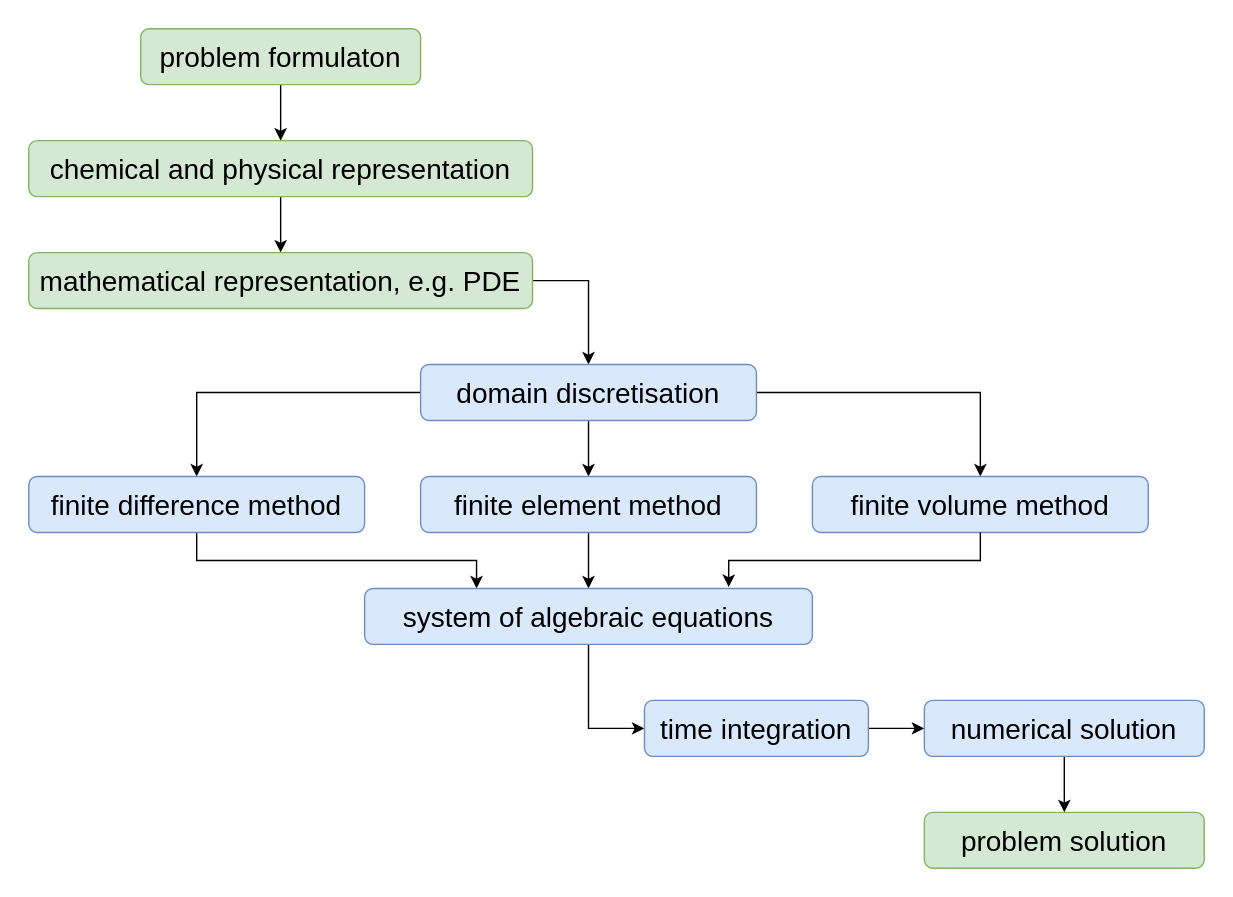
Earlier version of the draw.io export book/content/modelling/02_fluids/figs/numerical_solution_overview.svg (FireDynamics/LectureFireSimulation). Source tidied: cells renumbered, new cells last; positions are measured from the earlier drawing's top-left corner, leaving out a move shared by most shapes. The source it was exported from:
```xml
<mxGraphModel>
  <root>
    <mxCell id="0" />
    <mxCell id="1" parent="0" />
    <mxCell id="2" style="edgeStyle=orthogonalEdgeStyle;rounded=0;jettySize=auto;html=1;fillColor=#d5e8d4;fontSize=20;" parent="1" edge="1" source="3" target="5">
      <mxGeometry relative="1" as="geometry" />
    </mxCell>
    <mxCell id="3" value="problem formulaton" style="rounded=1;whiteSpace=wrap;html=1;fillColor=#d5e8d4;strokeColor=#82b366;fontSize=20;" parent="1" vertex="1">
      <mxGeometry x="80" width="200" height="40" as="geometry" />
    </mxCell>
    <mxCell id="4" style="edgeStyle=orthogonalEdgeStyle;rounded=0;jettySize=auto;html=1;fillColor=#d5e8d4;fontSize=20;" parent="1" edge="1" source="5" target="7">
      <mxGeometry relative="1" as="geometry" />
    </mxCell>
    <mxCell id="5" value="chemical and physical representation" style="rounded=1;whiteSpace=wrap;html=1;fillColor=#d5e8d4;strokeColor=#82b366;fontSize=20;" parent="1" vertex="1">
      <mxGeometry y="80" width="360" height="40" as="geometry" />
    </mxCell>
    <mxCell id="6" style="edgeStyle=orthogonalEdgeStyle;rounded=0;jettySize=auto;html=1;fontSize=20;exitX=1;exitY=0.5;exitDx=0;exitDy=0;" parent="1" edge="1" source="7" target="11">
      <mxGeometry relative="1" as="geometry" />
    </mxCell>
    <mxCell id="7" value="mathematical representation, e.g. PDE" style="rounded=1;whiteSpace=wrap;html=1;fillColor=#d5e8d4;strokeColor=#82b366;fontSize=20;" parent="1" vertex="1">
      <mxGeometry y="160" width="360" height="40" as="geometry" />
    </mxCell>
    <mxCell id="8" style="edgeStyle=orthogonalEdgeStyle;rounded=0;jettySize=auto;html=1;entryX=0.5;entryY=0;entryDx=0;entryDy=0;fillColor=#dae8fc;fontSize=20;" parent="1" edge="1" source="11" target="13">
      <mxGeometry relative="1" as="geometry" />
    </mxCell>
    <mxCell id="9" style="edgeStyle=orthogonalEdgeStyle;rounded=0;jettySize=auto;html=1;entryX=0.5;entryY=0;entryDx=0;entryDy=0;fillColor=#dae8fc;fontSize=20;" parent="1" edge="1" source="11" target="23">
      <mxGeometry relative="1" as="geometry" />
    </mxCell>
    <mxCell id="10" style="edgeStyle=orthogonalEdgeStyle;rounded=0;jettySize=auto;html=1;entryX=0.5;entryY=0;entryDx=0;entryDy=0;strokeColor=#000000;fontSize=20;" parent="1" edge="1" source="11" target="14">
      <mxGeometry relative="1" as="geometry" />
    </mxCell>
    <mxCell id="11" value="domain discretisation" style="rounded=1;whiteSpace=wrap;html=1;fillColor=#dae8fc;strokeColor=#6c8ebf;fontSize=20;" parent="1" vertex="1">
      <mxGeometry x="280" y="240" width="240" height="40" as="geometry" />
    </mxCell>
    <mxCell id="12" style="edgeStyle=orthogonalEdgeStyle;rounded=0;jettySize=auto;html=1;exitX=0.5;exitY=1;exitDx=0;exitDy=0;entryX=0.25;entryY=0;entryDx=0;entryDy=0;fillColor=#dae8fc;fontSize=20;" parent="1" edge="1" source="13" target="17">
      <mxGeometry relative="1" as="geometry" />
    </mxCell>
    <mxCell id="13" value="finite difference method" style="rounded=1;whiteSpace=wrap;html=1;fillColor=#dae8fc;strokeColor=#6c8ebf;fontSize=20;" parent="1" vertex="1">
      <mxGeometry y="320" width="240" height="40" as="geometry" />
    </mxCell>
    <mxCell id="14" value="finite volume method" style="rounded=1;whiteSpace=wrap;html=1;fillColor=#dae8fc;strokeColor=#6c8ebf;fontSize=20;" parent="1" vertex="1">
      <mxGeometry x="560" y="320" width="240" height="40" as="geometry" />
    </mxCell>
    <mxCell id="15" style="edgeStyle=orthogonalEdgeStyle;rounded=0;jettySize=auto;html=1;entryX=0.5;entryY=0;entryDx=0;entryDy=0;fillColor=#dae8fc;fontSize=20;" parent="1" edge="1" source="23" target="17">
      <mxGeometry relative="1" as="geometry" />
    </mxCell>
    <mxCell id="16" style="edgeStyle=orthogonalEdgeStyle;rounded=0;jettySize=auto;html=1;entryX=0;entryY=0.5;entryDx=0;entryDy=0;fillColor=#dae8fc;fontSize=20;" parent="1" edge="1" source="17" target="19">
      <mxGeometry relative="1" as="geometry" />
    </mxCell>
    <mxCell id="17" value="system of algebraic equations" style="rounded=1;whiteSpace=wrap;html=1;fillColor=#dae8fc;strokeColor=#6c8ebf;fontSize=20;" parent="1" vertex="1">
      <mxGeometry x="240" y="400" width="320" height="40" as="geometry" />
    </mxCell>
    <mxCell id="18" style="edgeStyle=orthogonalEdgeStyle;rounded=0;jettySize=auto;html=1;entryX=0;entryY=0.5;entryDx=0;entryDy=0;fillColor=#dae8fc;fontSize=20;" parent="1" edge="1" source="19" target="21">
      <mxGeometry relative="1" as="geometry" />
    </mxCell>
    <mxCell id="19" value="time integration" style="rounded=1;whiteSpace=wrap;html=1;fillColor=#dae8fc;strokeColor=#6c8ebf;fontSize=20;" parent="1" vertex="1">
      <mxGeometry x="440" y="480" width="160" height="40" as="geometry" />
    </mxCell>
    <mxCell id="20" style="edgeStyle=orthogonalEdgeStyle;rounded=0;jettySize=auto;html=1;entryX=0.5;entryY=0;entryDx=0;entryDy=0;fontSize=20;" parent="1" edge="1" source="21" target="22">
      <mxGeometry relative="1" as="geometry" />
    </mxCell>
    <mxCell id="21" value="numerical solution" style="rounded=1;whiteSpace=wrap;html=1;fillColor=#dae8fc;strokeColor=#6c8ebf;fontSize=20;" parent="1" vertex="1">
      <mxGeometry x="640" y="480" width="200" height="40" as="geometry" />
    </mxCell>
    <mxCell id="22" value="problem solution" style="rounded=1;whiteSpace=wrap;html=1;fillColor=#d5e8d4;strokeColor=#82b366;fontSize=20;" parent="1" vertex="1">
      <mxGeometry x="640" y="560" width="200" height="40" as="geometry" />
    </mxCell>
    <mxCell id="23" value="finite element method" style="rounded=1;whiteSpace=wrap;html=1;fillColor=#dae8fc;strokeColor=#6c8ebf;fontSize=20;" parent="1" vertex="1">
      <mxGeometry x="280" y="320" width="240" height="40" as="geometry" />
    </mxCell>
    <mxCell id="24" style="edgeStyle=orthogonalEdgeStyle;rounded=0;jettySize=auto;html=1;entryX=0.813;entryY=-0.025;entryDx=0;entryDy=0;fillColor=#dae8fc;fontSize=20;entryPerimeter=0;" parent="1" edge="1" source="14" target="17">
      <mxGeometry relative="1" as="geometry" />
    </mxCell>
  </root>
</mxGraphModel>
```
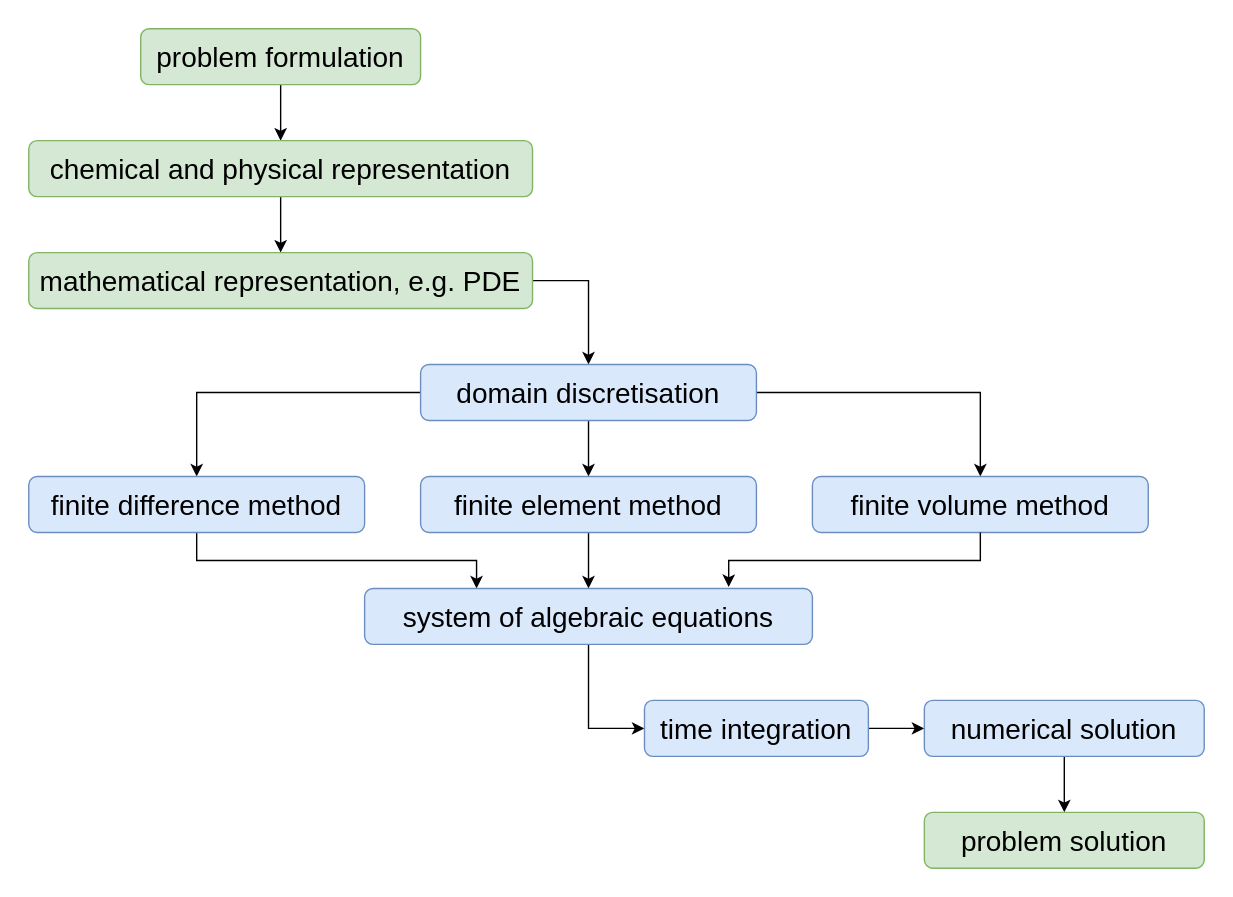
The same diagram one commit later.

Change to the diagram source:
```diff
@@ -5,7 +5,7 @@
     <mxCell id="2" style="edgeStyle=orthogonalEdgeStyle;rounded=0;jettySize=auto;html=1;fillColor=#d5e8d4;fontSize=20;" parent="1" edge="1" source="3" target="5">
       <mxGeometry relative="1" as="geometry" />
     </mxCell>
-    <mxCell id="3" value="problem formulaton" style="rounded=1;whiteSpace=wrap;html=1;fillColor=#d5e8d4;strokeColor=#82b366;fontSize=20;" parent="1" vertex="1">
+    <mxCell id="3" value="problem formulation" style="rounded=1;whiteSpace=wrap;html=1;fillColor=#d5e8d4;strokeColor=#82b366;fontSize=20;" parent="1" vertex="1">
       <mxGeometry x="80" width="200" height="40" as="geometry" />
     </mxCell>
     <mxCell id="4" style="edgeStyle=orthogonalEdgeStyle;rounded=0;jettySize=auto;html=1;fillColor=#d5e8d4;fontSize=20;" parent="1" edge="1" source="5" target="7">
```
